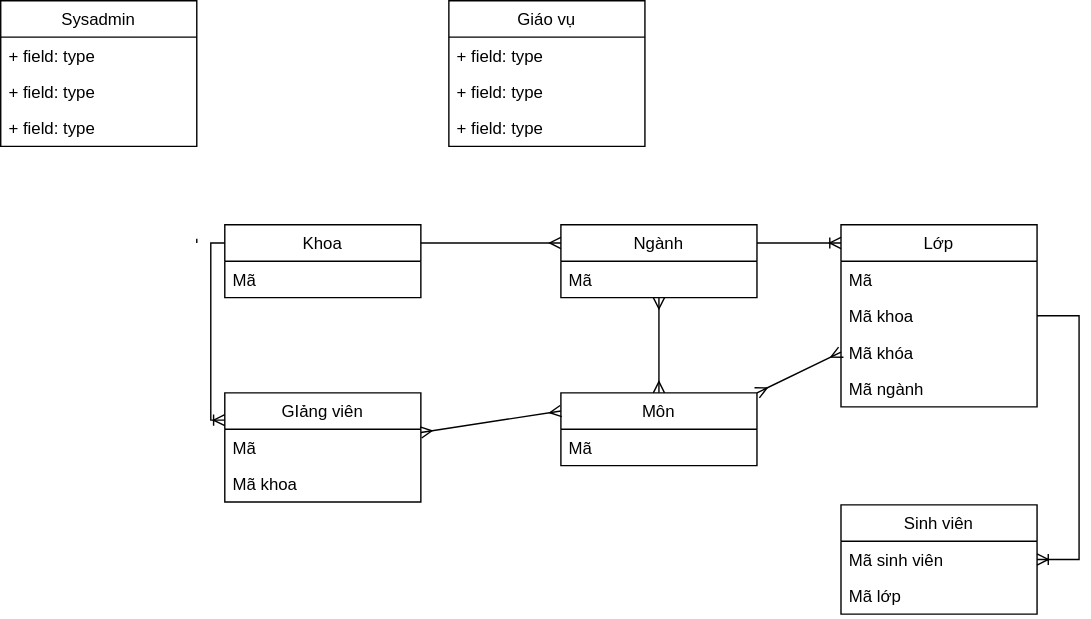
Above: design/sơ đồ thực thể.svg in thaison185/Laravel-Project (draw.io), before the change. Source tidied: cells renumbered, new cells last; positions are measured from the earlier drawing's top-left corner, leaving out a move shared by most shapes.
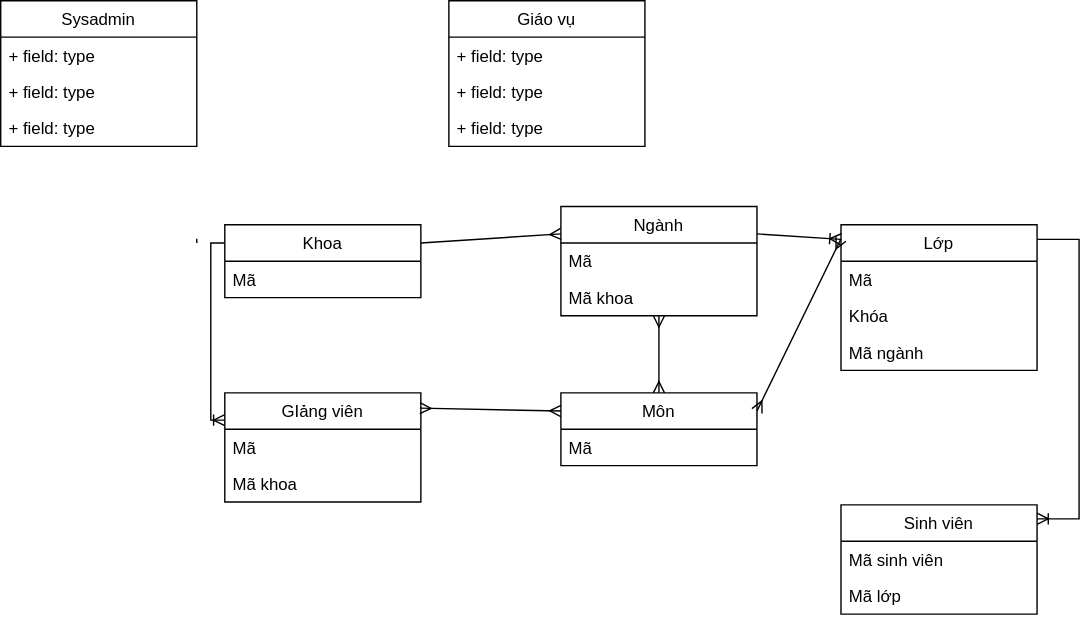
Above is the later version.

Commit message:
Update: fix Obj diagram

Diff of the diagram source:
```diff
@@ -30,25 +30,25 @@
       <mxGeometry y="26" width="140" height="26" as="geometry" />
     </mxCell>
     <mxCell id="11" value="Ngành" style="swimlane;fontStyle=0;horizontal=1;startSize=26;fillColor=none;" parent="1" vertex="1">
-      <mxGeometry x="400" y="160" width="140" height="52" as="geometry" />
+      <mxGeometry x="400" y="147" width="140" height="78" as="geometry" />
     </mxCell>
     <mxCell id="12" value="Mã" style="text;strokeColor=none;fillColor=none;align=left;verticalAlign=top;spacingLeft=4;spacingRight=4;overflow=hidden;points=[[0,0.5],[1,0.5]];portConstraint=eastwest;" parent="11" vertex="1">
       <mxGeometry y="26" width="140" height="26" as="geometry" />
     </mxCell>
+    <mxCell id="15" value="Mã khoa" style="text;strokeColor=none;fillColor=none;align=left;verticalAlign=top;spacingLeft=4;spacingRight=4;overflow=hidden;" parent="11" vertex="1">
+      <mxGeometry y="52" width="140" height="26" as="geometry" />
+    </mxCell>
     <mxCell id="13" value="Lớp" style="swimlane;fontStyle=0;horizontal=1;startSize=26;fillColor=none;" parent="1" vertex="1">
-      <mxGeometry x="600" y="160" width="140" height="130" as="geometry" />
+      <mxGeometry x="600" y="160" width="140" height="104" as="geometry" />
     </mxCell>
     <mxCell id="14" value="Mã &#10;" style="text;strokeColor=none;fillColor=none;align=left;verticalAlign=top;spacingLeft=4;spacingRight=4;overflow=hidden;" parent="13" vertex="1">
       <mxGeometry y="26" width="140" height="26" as="geometry" />
     </mxCell>
-    <mxCell id="15" value="Mã khoa" style="text;strokeColor=none;fillColor=none;align=left;verticalAlign=top;spacingLeft=4;spacingRight=4;overflow=hidden;" parent="13" vertex="1">
-      <mxGeometry y="52" width="140" height="26" as="geometry" />
-    </mxCell>
-    <mxCell id="16" value="Mã khóa" style="text;strokeColor=none;fillColor=none;align=left;verticalAlign=top;spacingLeft=4;spacingRight=4;overflow=hidden;points=[[0,0.5],[1,0.5]];portConstraint=eastwest;" parent="13" vertex="1">
-      <mxGeometry y="78" width="140" height="26" as="geometry" />
+    <mxCell id="16" value="Khóa" style="text;strokeColor=none;fillColor=none;align=left;verticalAlign=top;spacingLeft=4;spacingRight=4;overflow=hidden;points=[[0,0.5],[1,0.5]];portConstraint=eastwest;" parent="13" vertex="1">
+      <mxGeometry y="52" width="140" height="26" as="geometry" />
     </mxCell>
     <mxCell id="17" value="Mã ngành" style="text;strokeColor=none;fillColor=none;align=left;verticalAlign=top;spacingLeft=4;spacingRight=4;overflow=hidden;" parent="13" vertex="1">
-      <mxGeometry y="104" width="140" height="26" as="geometry" />
+      <mxGeometry y="78" width="140" height="26" as="geometry" />
     </mxCell>
     <mxCell id="18" value="Môn" style="swimlane;fontStyle=0;horizontal=1;startSize=26;fillColor=none;" parent="1" vertex="1">
       <mxGeometry x="400" y="280" width="140" height="52" as="geometry" />
@@ -83,7 +83,7 @@
     <mxCell id="27" value="+ field: type" style="text;strokeColor=none;fillColor=none;align=left;verticalAlign=top;spacingLeft=4;spacingRight=4;overflow=hidden;" parent="24" vertex="1">
       <mxGeometry y="78" width="140" height="26" as="geometry" />
     </mxCell>
-    <mxCell id="28" style="fontSize=12;html=1;endArrow=ERmany;startArrow=ERmany;rounded=0;exitX=0.5;exitY=0;exitDx=0;exitDy=0;" parent="1" edge="1" source="18" target="12">
+    <mxCell id="28" style="fontSize=12;html=1;endArrow=ERmany;startArrow=ERmany;rounded=0;exitX=0.5;exitY=0;exitDx=0;exitDy=0;entryX=0.5;entryY=1;entryDx=0;entryDy=0;" parent="1" edge="1" source="18" target="11">
       <mxGeometry relative="1" as="geometry" />
     </mxCell>
     <mxCell id="29" style="fontSize=12;html=1;endArrow=ERmany;rounded=0;exitX=1;exitY=0.25;exitDx=0;exitDy=0;entryX=0;entryY=0.25;entryDx=0;entryDy=0;" parent="1" edge="1" source="9" target="11">
@@ -92,17 +92,19 @@
     <mxCell id="30" style="fontSize=12;html=1;endArrow=ERoneToMany;rounded=0;exitX=1;exitY=0.25;exitDx=0;exitDy=0;entryX=0;entryY=0.1;entryDx=0;entryDy=0;entryPerimeter=0;" parent="1" edge="1" source="11" target="13">
       <mxGeometry relative="1" as="geometry" />
     </mxCell>
-    <mxCell id="31" style="edgeStyle=entityRelationEdgeStyle;fontSize=12;html=1;endArrow=ERoneToMany;rounded=0;" parent="1" edge="1" source="13" target="20">
+    <mxCell id="31" style="edgeStyle=entityRelationEdgeStyle;fontSize=12;html=1;endArrow=ERoneToMany;rounded=0;entryX=1;entryY=0.128;entryDx=0;entryDy=0;entryPerimeter=0;exitX=1;exitY=0.1;exitDx=0;exitDy=0;exitPerimeter=0;" parent="1" edge="1" source="13" target="20">
       <mxGeometry relative="1" as="geometry" />
     </mxCell>
     <mxCell id="32" style="edgeStyle=orthogonalEdgeStyle;fontSize=12;html=1;endArrow=ERoneToMany;rounded=0;exitX=0;exitY=0.25;exitDx=0;exitDy=0;entryX=0;entryY=0.25;entryDx=0;entryDy=0;" parent="1" edge="1" source="9" target="6">
       <mxGeometry relative="1" as="geometry" />
     </mxCell>
-    <mxCell id="33" style="fontSize=12;html=1;endArrow=ERmany;startArrow=ERmany;rounded=0;entryX=0;entryY=0.25;entryDx=0;entryDy=0;" parent="1" edge="1" source="6" target="18">
+    <mxCell id="33" style="fontSize=12;html=1;endArrow=ERmany;startArrow=ERmany;rounded=0;entryX=0;entryY=0.25;entryDx=0;entryDy=0;exitX=0.995;exitY=0.14;exitDx=0;exitDy=0;exitPerimeter=0;" parent="1" edge="1" source="6" target="18">
       <mxGeometry relative="1" as="geometry" />
     </mxCell>
-    <mxCell id="34" style="fontSize=12;html=1;endArrow=ERmany;startArrow=ERmany;rounded=0;exitX=1;exitY=0;exitDx=0;exitDy=0;entryX=0;entryY=0.5;entryDx=0;entryDy=0;" parent="1" edge="1" source="18" target="16">
-      <mxGeometry relative="1" as="geometry" />
+    <mxCell id="34" style="fontSize=12;html=1;endArrow=ERmany;startArrow=ERmany;rounded=0;exitX=1;exitY=0.25;exitDx=0;exitDy=0;" parent="1" edge="1" source="18">
+      <mxGeometry relative="1" as="geometry">
+        <mxPoint x="600" y="170" as="targetPoint" />
+      </mxGeometry>
     </mxCell>
   </root>
 </mxGraphModel>
```
